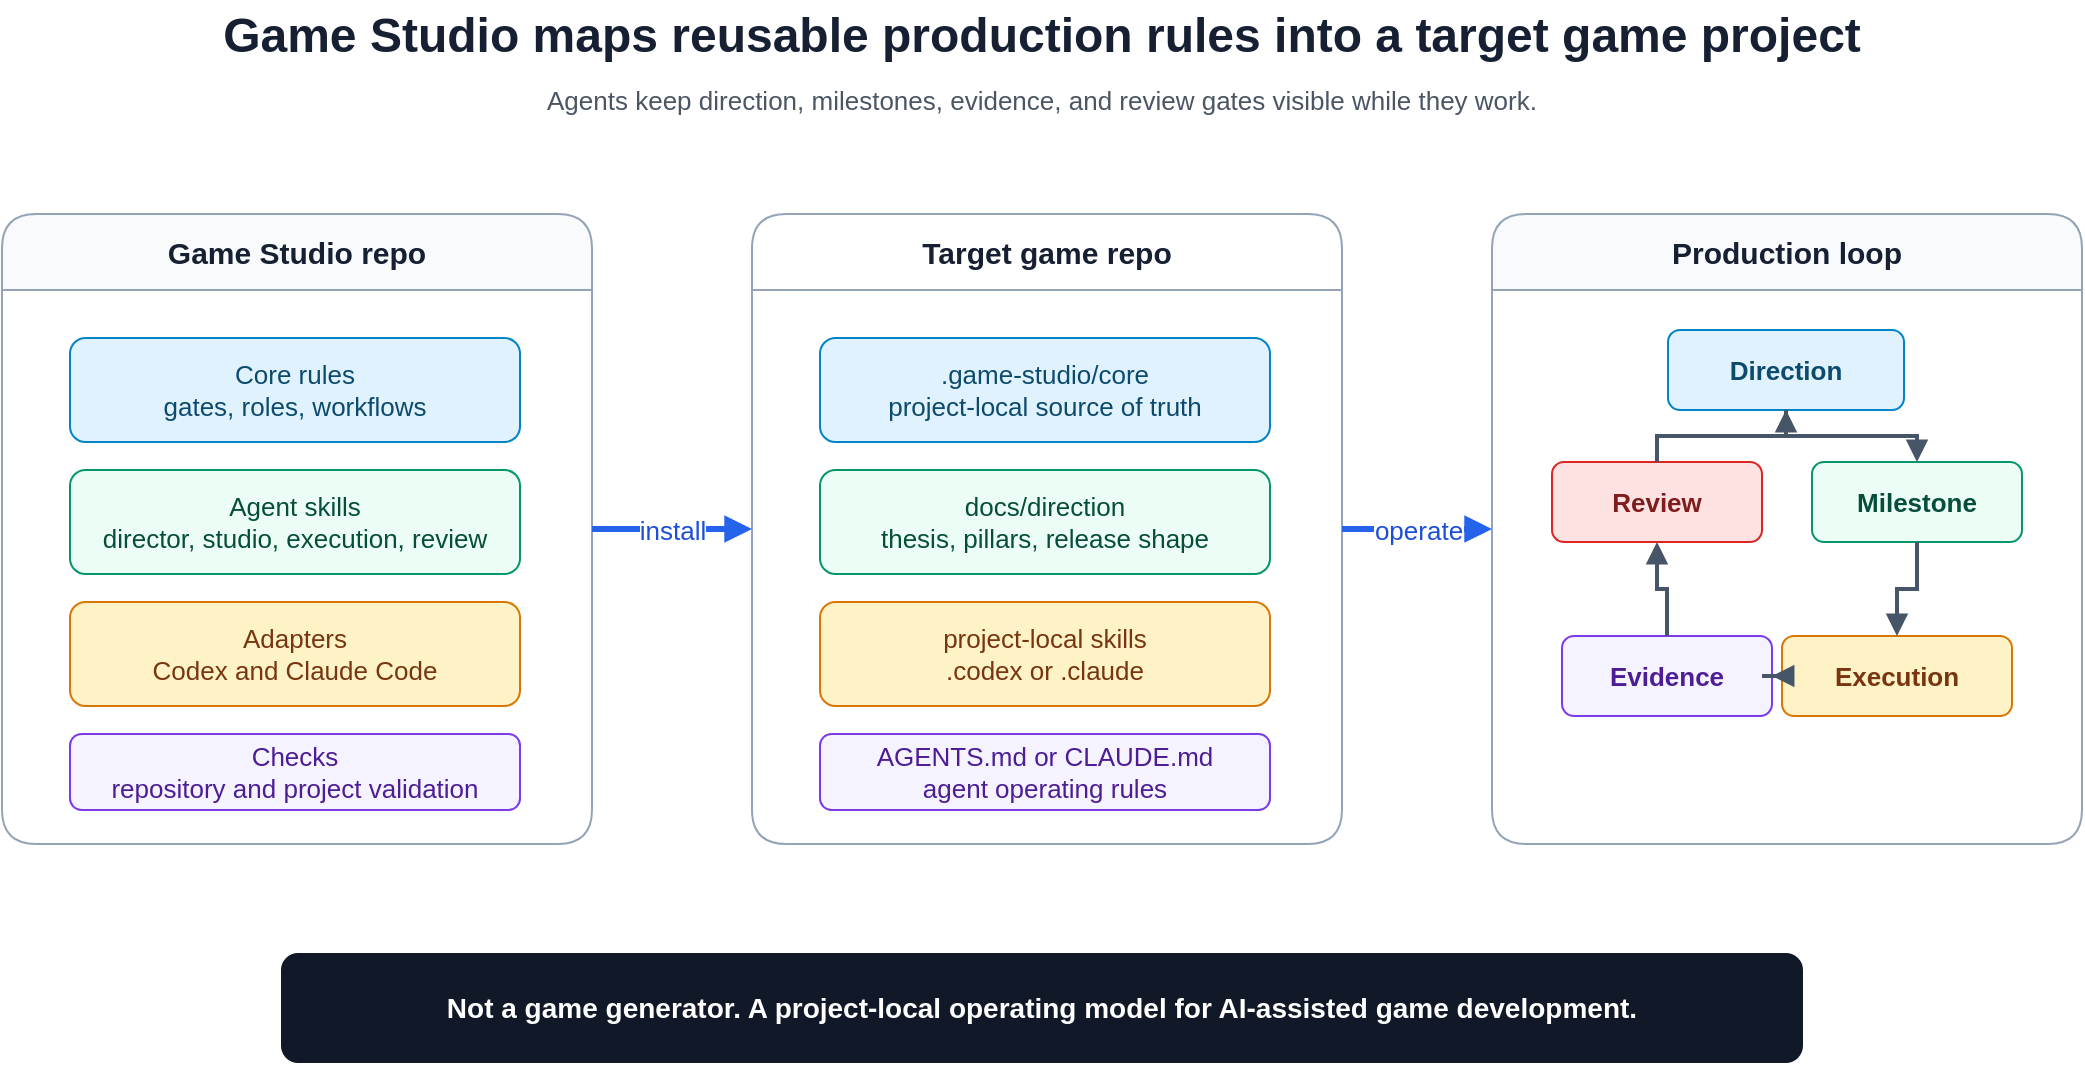
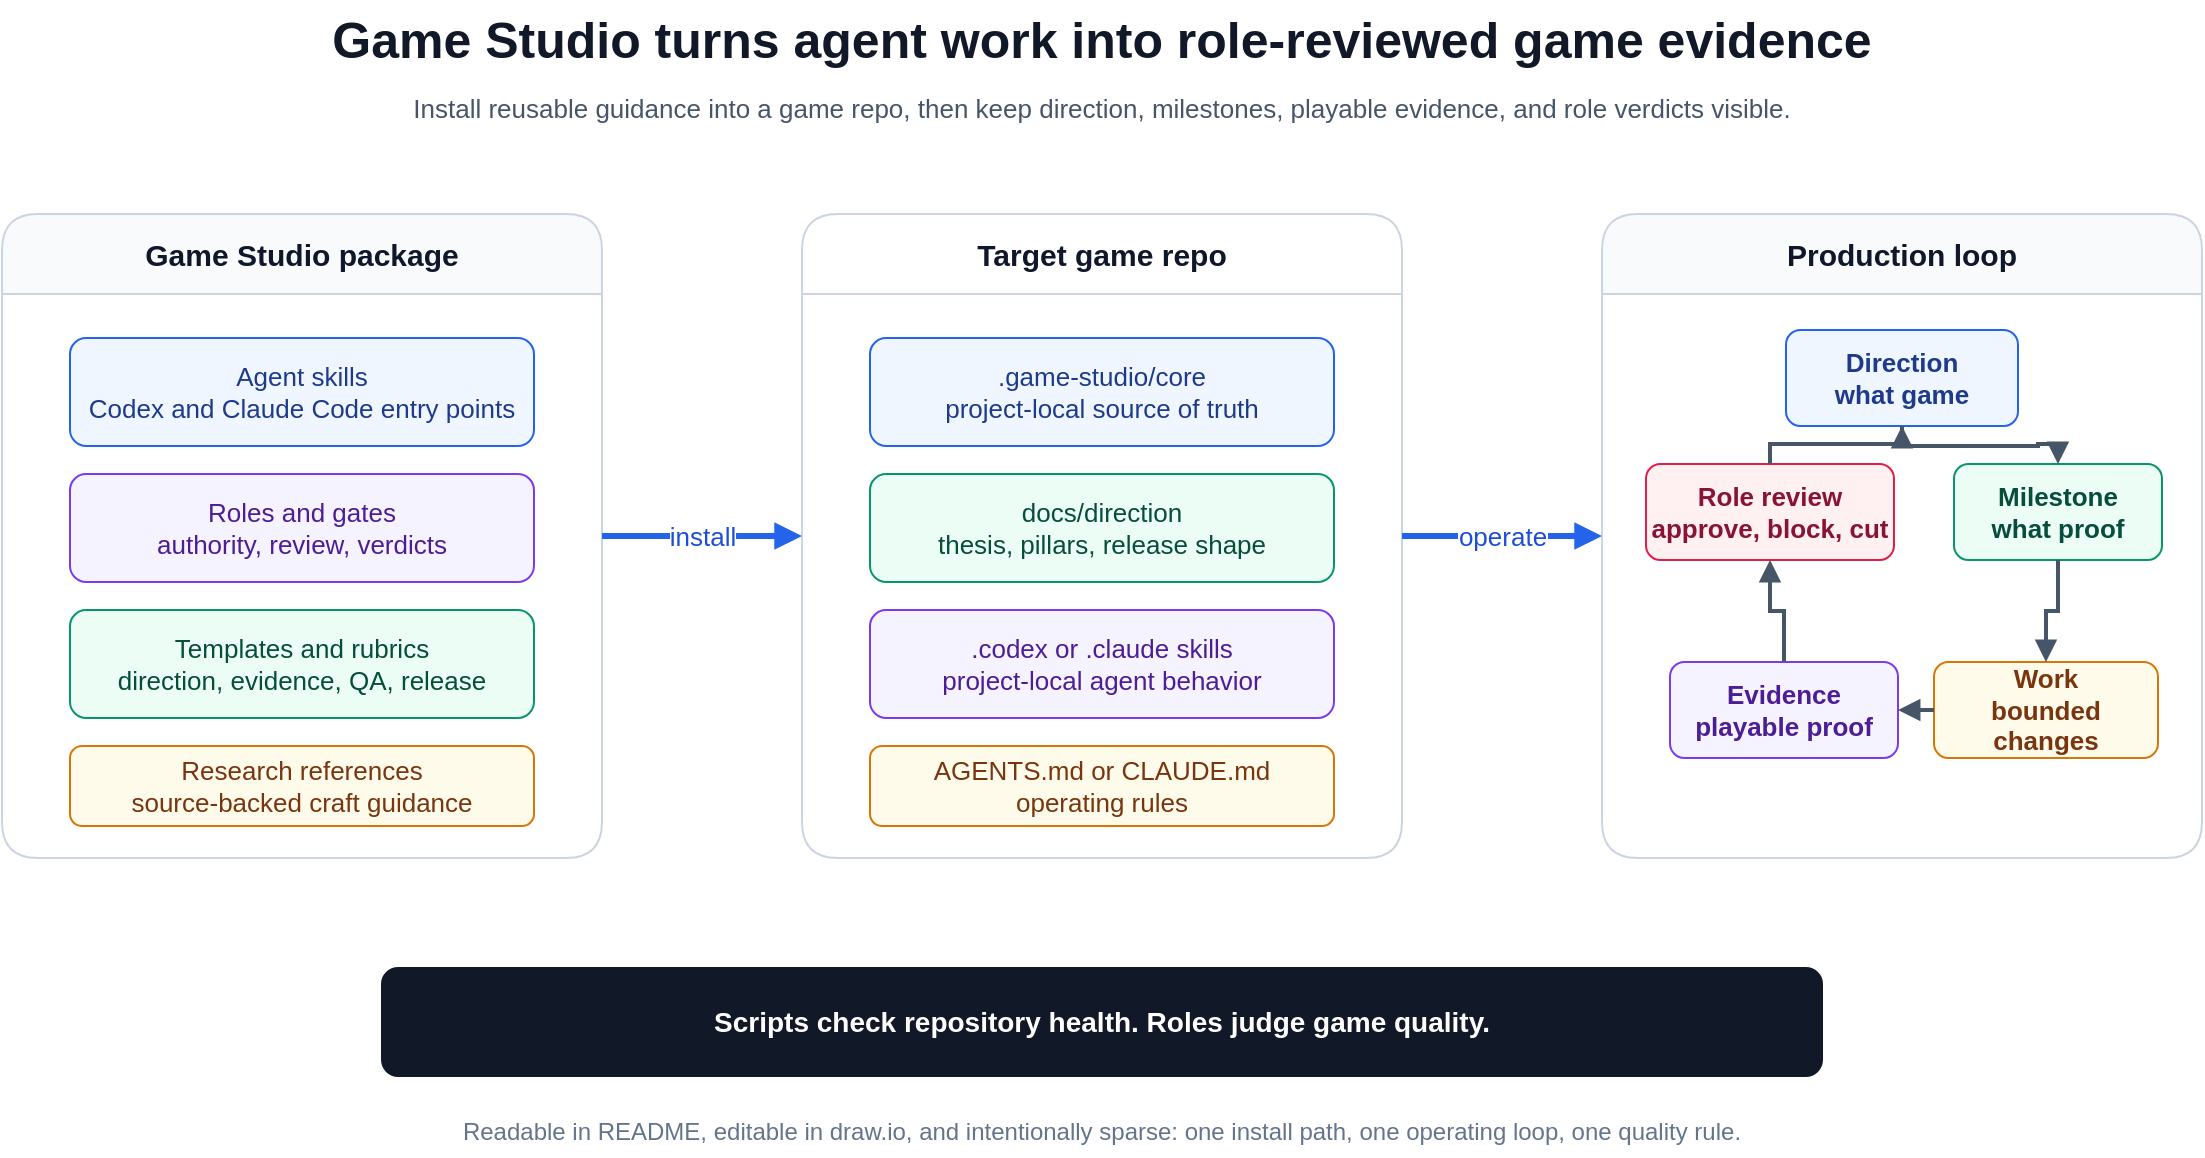
<mxfile host="app.diagrams.net" modified="2026-05-04T00:00:00.000Z" agent="Codex" version="24.7.17" type="device">
  <diagram id="game-studio-system-map" name="Game Studio system map">
-     <mxGraphModel dx="1180" dy="680" grid="1" gridSize="10" guides="1" tooltips="1" connect="1" arrows="1" fold="1" page="1" pageScale="1" pageWidth="1180" pageHeight="680" math="0" shadow="0" adaptiveColors="auto">
+     <mxGraphModel dx="1240" dy="720" grid="1" gridSize="10" guides="1" tooltips="1" connect="1" arrows="1" fold="1" page="1" pageScale="1" pageWidth="1240" pageHeight="720" math="0" shadow="0" adaptiveColors="auto">
      <root>
        <mxCell id="0" />
        <mxCell id="1" parent="0" />
-         <mxCell id="title" value="Game Studio maps reusable production rules into a target game project" style="text;html=1;strokeColor=none;fillColor=none;align=center;verticalAlign=middle;whiteSpace=wrap;rounded=0;fontSize=24;fontStyle=1;fontColor=#172033;" vertex="1" parent="1">
-           <mxGeometry x="110" y="28" width="960" height="36" as="geometry" />
+         <mxCell id="title" value="Game Studio turns agent work into role-reviewed game evidence" style="text;html=1;strokeColor=none;fillColor=none;align=center;verticalAlign=middle;whiteSpace=wrap;rounded=0;fontSize=25;fontStyle=1;fontColor=#111827;" vertex="1" parent="1">
+           <mxGeometry x="120" y="28" width="1000" height="38" as="geometry" />
        </mxCell>
-         <mxCell id="subtitle" value="Agents keep direction, milestones, evidence, and review gates visible while they work." style="text;html=1;strokeColor=none;fillColor=none;align=center;verticalAlign=middle;whiteSpace=wrap;rounded=0;fontSize=13;fontColor=#4B5563;" vertex="1" parent="1">
-           <mxGeometry x="250" y="66" width="680" height="24" as="geometry" />
+         <mxCell id="subtitle" value="Install reusable guidance into a game repo, then keep direction, milestones, playable evidence, and role verdicts visible." style="text;html=1;strokeColor=none;fillColor=none;align=center;verticalAlign=middle;whiteSpace=wrap;rounded=0;fontSize=13;fontColor=#475569;" vertex="1" parent="1">
+           <mxGeometry x="220" y="68" width="800" height="28" as="geometry" />
        </mxCell>
-         <mxCell id="zone-source" value="Game Studio repo" style="swimlane;html=1;rounded=1;startSize=38;whiteSpace=wrap;container=1;collapsible=0;recursiveResize=0;fillColor=#F8FAFC;strokeColor=#94A3B8;fontStyle=1;fontSize=15;fontColor=#172033;" vertex="1" parent="1">
-           <mxGeometry x="70" y="135" width="295" height="315" as="geometry" />
+         <mxCell id="source-zone" value="Game Studio package" style="swimlane;html=1;rounded=1;startSize=40;whiteSpace=wrap;container=1;collapsible=0;recursiveResize=0;fillColor=#F8FAFC;strokeColor=#CBD5E1;fontStyle=1;fontSize=15;fontColor=#0F172A;" vertex="1" parent="1">
+           <mxGeometry x="70" y="135" width="300" height="322" as="geometry" />
        </mxCell>
-         <mxCell id="source-core" value="Core rules&#xa;gates, roles, workflows" style="rounded=1;whiteSpace=wrap;html=1;fillColor=#E0F2FE;strokeColor=#0284C7;fontColor=#0C4A6E;fontSize=13;" vertex="1" parent="zone-source">
-           <mxGeometry x="34" y="62" width="225" height="52" as="geometry" />
+         <mxCell id="source-skills" value="Agent skills&#xa;Codex and Claude Code entry points" style="rounded=1;whiteSpace=wrap;html=1;fillColor=#EFF6FF;strokeColor=#2563EB;fontColor=#1E3A8A;fontSize=13;" vertex="1" parent="source-zone">
+           <mxGeometry x="34" y="62" width="232" height="54" as="geometry" />
        </mxCell>
-         <mxCell id="source-skills" value="Agent skills&#xa;director, studio, execution, review" style="rounded=1;whiteSpace=wrap;html=1;fillColor=#ECFDF5;strokeColor=#059669;fontColor=#064E3B;fontSize=13;" vertex="1" parent="zone-source">
-           <mxGeometry x="34" y="128" width="225" height="52" as="geometry" />
+         <mxCell id="source-roles" value="Roles and gates&#xa;authority, review, verdicts" style="rounded=1;whiteSpace=wrap;html=1;fillColor=#F5F3FF;strokeColor=#7C3AED;fontColor=#4C1D95;fontSize=13;" vertex="1" parent="source-zone">
+           <mxGeometry x="34" y="130" width="232" height="54" as="geometry" />
        </mxCell>
-         <mxCell id="source-adapters" value="Adapters&#xa;Codex and Claude Code" style="rounded=1;whiteSpace=wrap;html=1;fillColor=#FEF3C7;strokeColor=#D97706;fontColor=#78350F;fontSize=13;" vertex="1" parent="zone-source">
-           <mxGeometry x="34" y="194" width="225" height="52" as="geometry" />
+         <mxCell id="source-templates" value="Templates and rubrics&#xa;direction, evidence, QA, release" style="rounded=1;whiteSpace=wrap;html=1;fillColor=#ECFDF5;strokeColor=#059669;fontColor=#064E3B;fontSize=13;" vertex="1" parent="source-zone">
+           <mxGeometry x="34" y="198" width="232" height="54" as="geometry" />
        </mxCell>
-         <mxCell id="source-tools" value="Checks&#xa;repository and project validation" style="rounded=1;whiteSpace=wrap;html=1;fillColor=#F5F3FF;strokeColor=#7C3AED;fontColor=#4C1D95;fontSize=13;" vertex="1" parent="zone-source">
-           <mxGeometry x="34" y="260" width="225" height="38" as="geometry" />
+         <mxCell id="source-research" value="Research references&#xa;source-backed craft guidance" style="rounded=1;whiteSpace=wrap;html=1;fillColor=#FFFBEB;strokeColor=#D97706;fontColor=#78350F;fontSize=13;" vertex="1" parent="source-zone">
+           <mxGeometry x="34" y="266" width="232" height="40" as="geometry" />
        </mxCell>
-         <mxCell id="zone-project" value="Target game repo" style="swimlane;html=1;rounded=1;startSize=38;whiteSpace=wrap;container=1;collapsible=0;recursiveResize=0;fillColor=#FFFFFF;strokeColor=#94A3B8;fontStyle=1;fontSize=15;fontColor=#172033;" vertex="1" parent="1">
-           <mxGeometry x="445" y="135" width="295" height="315" as="geometry" />
+         <mxCell id="project-zone" value="Target game repo" style="swimlane;html=1;rounded=1;startSize=40;whiteSpace=wrap;container=1;collapsible=0;recursiveResize=0;fillColor=#FFFFFF;strokeColor=#CBD5E1;fontStyle=1;fontSize=15;fontColor=#0F172A;" vertex="1" parent="1">
+           <mxGeometry x="470" y="135" width="300" height="322" as="geometry" />
        </mxCell>
-         <mxCell id="project-state" value=".game-studio/core&#xa;project-local source of truth" style="rounded=1;whiteSpace=wrap;html=1;fillColor=#E0F2FE;strokeColor=#0284C7;fontColor=#0C4A6E;fontSize=13;" vertex="1" parent="zone-project">
-           <mxGeometry x="34" y="62" width="225" height="52" as="geometry" />
+         <mxCell id="project-state" value=".game-studio/core&#xa;project-local source of truth" style="rounded=1;whiteSpace=wrap;html=1;fillColor=#EFF6FF;strokeColor=#2563EB;fontColor=#1E3A8A;fontSize=13;" vertex="1" parent="project-zone">
+           <mxGeometry x="34" y="62" width="232" height="54" as="geometry" />
        </mxCell>
-         <mxCell id="project-docs" value="docs/direction&#xa;thesis, pillars, release shape" style="rounded=1;whiteSpace=wrap;html=1;fillColor=#ECFDF5;strokeColor=#059669;fontColor=#064E3B;fontSize=13;" vertex="1" parent="zone-project">
-           <mxGeometry x="34" y="128" width="225" height="52" as="geometry" />
+         <mxCell id="project-direction" value="docs/direction&#xa;thesis, pillars, release shape" style="rounded=1;whiteSpace=wrap;html=1;fillColor=#ECFDF5;strokeColor=#059669;fontColor=#064E3B;fontSize=13;" vertex="1" parent="project-zone">
+           <mxGeometry x="34" y="130" width="232" height="54" as="geometry" />
        </mxCell>
-         <mxCell id="project-agent" value="project-local skills&#xa;.codex or .claude" style="rounded=1;whiteSpace=wrap;html=1;fillColor=#FEF3C7;strokeColor=#D97706;fontColor=#78350F;fontSize=13;" vertex="1" parent="zone-project">
-           <mxGeometry x="34" y="194" width="225" height="52" as="geometry" />
+         <mxCell id="project-skills" value=".codex or .claude skills&#xa;project-local agent behavior" style="rounded=1;whiteSpace=wrap;html=1;fillColor=#F5F3FF;strokeColor=#7C3AED;fontColor=#4C1D95;fontSize=13;" vertex="1" parent="project-zone">
+           <mxGeometry x="34" y="198" width="232" height="54" as="geometry" />
        </mxCell>
-         <mxCell id="project-policy" value="AGENTS.md or CLAUDE.md&#xa;agent operating rules" style="rounded=1;whiteSpace=wrap;html=1;fillColor=#F5F3FF;strokeColor=#7C3AED;fontColor=#4C1D95;fontSize=13;" vertex="1" parent="zone-project">
-           <mxGeometry x="34" y="260" width="225" height="38" as="geometry" />
+         <mxCell id="project-policy" value="AGENTS.md or CLAUDE.md&#xa;operating rules" style="rounded=1;whiteSpace=wrap;html=1;fillColor=#FFFBEB;strokeColor=#D97706;fontColor=#78350F;fontSize=13;" vertex="1" parent="project-zone">
+           <mxGeometry x="34" y="266" width="232" height="40" as="geometry" />
        </mxCell>
-         <mxCell id="zone-loop" value="Production loop" style="swimlane;html=1;rounded=1;startSize=38;whiteSpace=wrap;container=1;collapsible=0;recursiveResize=0;fillColor=#F8FAFC;strokeColor=#94A3B8;fontStyle=1;fontSize=15;fontColor=#172033;" vertex="1" parent="1">
-           <mxGeometry x="815" y="135" width="295" height="315" as="geometry" />
+         <mxCell id="loop-zone" value="Production loop" style="swimlane;html=1;rounded=1;startSize=40;whiteSpace=wrap;container=1;collapsible=0;recursiveResize=0;fillColor=#F8FAFC;strokeColor=#CBD5E1;fontStyle=1;fontSize=15;fontColor=#0F172A;" vertex="1" parent="1">
+           <mxGeometry x="870" y="135" width="300" height="322" as="geometry" />
        </mxCell>
-         <mxCell id="loop-direction" value="Direction" style="rounded=1;whiteSpace=wrap;html=1;fillColor=#E0F2FE;strokeColor=#0284C7;fontColor=#0C4A6E;fontSize=13;fontStyle=1;" vertex="1" parent="zone-loop">
-           <mxGeometry x="88" y="58" width="118" height="40" as="geometry" />
+         <mxCell id="loop-direction" value="Direction&#xa;what game" style="rounded=1;whiteSpace=wrap;html=1;fillColor=#EFF6FF;strokeColor=#2563EB;fontColor=#1E3A8A;fontSize=13;fontStyle=1;" vertex="1" parent="loop-zone">
+           <mxGeometry x="92" y="58" width="116" height="48" as="geometry" />
        </mxCell>
-         <mxCell id="loop-milestone" value="Milestone" style="rounded=1;whiteSpace=wrap;html=1;fillColor=#ECFDF5;strokeColor=#059669;fontColor=#064E3B;fontSize=13;fontStyle=1;" vertex="1" parent="zone-loop">
-           <mxGeometry x="160" y="124" width="105" height="40" as="geometry" />
+         <mxCell id="loop-milestone" value="Milestone&#xa;what proof" style="rounded=1;whiteSpace=wrap;html=1;fillColor=#ECFDF5;strokeColor=#059669;fontColor=#064E3B;fontSize=13;fontStyle=1;" vertex="1" parent="loop-zone">
+           <mxGeometry x="176" y="125" width="104" height="48" as="geometry" />
        </mxCell>
-         <mxCell id="loop-execution" value="Execution" style="rounded=1;whiteSpace=wrap;html=1;fillColor=#FEF3C7;strokeColor=#D97706;fontColor=#78350F;fontSize=13;fontStyle=1;" vertex="1" parent="zone-loop">
-           <mxGeometry x="145" y="211" width="115" height="40" as="geometry" />
+         <mxCell id="loop-work" value="Work&#xa;bounded changes" style="rounded=1;whiteSpace=wrap;html=1;fillColor=#FFFBEB;strokeColor=#D97706;fontColor=#78350F;fontSize=13;fontStyle=1;" vertex="1" parent="loop-zone">
+           <mxGeometry x="166" y="224" width="112" height="48" as="geometry" />
        </mxCell>
-         <mxCell id="loop-evidence" value="Evidence" style="rounded=1;whiteSpace=wrap;html=1;fillColor=#F5F3FF;strokeColor=#7C3AED;fontColor=#4C1D95;fontSize=13;fontStyle=1;" vertex="1" parent="zone-loop">
-           <mxGeometry x="35" y="211" width="105" height="40" as="geometry" />
+         <mxCell id="loop-evidence" value="Evidence&#xa;playable proof" style="rounded=1;whiteSpace=wrap;html=1;fillColor=#F5F3FF;strokeColor=#7C3AED;fontColor=#4C1D95;fontSize=13;fontStyle=1;" vertex="1" parent="loop-zone">
+           <mxGeometry x="34" y="224" width="114" height="48" as="geometry" />
        </mxCell>
-         <mxCell id="loop-review" value="Review" style="rounded=1;whiteSpace=wrap;html=1;fillColor=#FEE2E2;strokeColor=#DC2626;fontColor=#7F1D1D;fontSize=13;fontStyle=1;" vertex="1" parent="zone-loop">
-           <mxGeometry x="30" y="124" width="105" height="40" as="geometry" />
+         <mxCell id="loop-review" value="Role review&#xa;approve, block, cut" style="rounded=1;whiteSpace=wrap;html=1;fillColor=#FFF1F2;strokeColor=#E11D48;fontColor=#881337;fontSize=13;fontStyle=1;" vertex="1" parent="loop-zone">
+           <mxGeometry x="22" y="125" width="124" height="48" as="geometry" />
        </mxCell>
-         <mxCell id="install-arrow" value="install" style="edgeStyle=orthogonalEdgeStyle;rounded=0;orthogonalLoop=1;jettySize=auto;html=1;strokeColor=#2563EB;strokeWidth=3;fontColor=#1D4ED8;fontSize=13;endArrow=block;endFill=1;" edge="1" parent="1" source="zone-source" target="zone-project">
+         <mxCell id="install-arrow" value="install" style="edgeStyle=orthogonalEdgeStyle;rounded=0;orthogonalLoop=1;jettySize=auto;html=1;strokeColor=#2563EB;strokeWidth=3;fontColor=#1D4ED8;fontSize=13;endArrow=block;endFill=1;" edge="1" parent="1" source="source-zone" target="project-zone">
          <mxGeometry relative="1" as="geometry" />
        </mxCell>
-         <mxCell id="operate-arrow" value="operate" style="edgeStyle=orthogonalEdgeStyle;rounded=0;orthogonalLoop=1;jettySize=auto;html=1;strokeColor=#2563EB;strokeWidth=3;fontColor=#1D4ED8;fontSize=13;endArrow=block;endFill=1;" edge="1" parent="1" source="zone-project" target="zone-loop">
+         <mxCell id="operate-arrow" value="operate" style="edgeStyle=orthogonalEdgeStyle;rounded=0;orthogonalLoop=1;jettySize=auto;html=1;strokeColor=#2563EB;strokeWidth=3;fontColor=#1D4ED8;fontSize=13;endArrow=block;endFill=1;" edge="1" parent="1" source="project-zone" target="loop-zone">
          <mxGeometry relative="1" as="geometry" />
        </mxCell>
-         <mxCell id="edge-direction-milestone" value="" style="edgeStyle=orthogonalEdgeStyle;rounded=0;html=1;strokeColor=#475569;strokeWidth=2;endArrow=block;endFill=1;" edge="1" parent="zone-loop" source="loop-direction" target="loop-milestone">
+         <mxCell id="edge-direction-milestone" value="" style="edgeStyle=orthogonalEdgeStyle;rounded=0;html=1;strokeColor=#475569;strokeWidth=2;endArrow=block;endFill=1;" edge="1" parent="loop-zone" source="loop-direction" target="loop-milestone">
          <mxGeometry relative="1" as="geometry" />
        </mxCell>
-         <mxCell id="edge-milestone-execution" value="" style="edgeStyle=orthogonalEdgeStyle;rounded=0;html=1;strokeColor=#475569;strokeWidth=2;endArrow=block;endFill=1;" edge="1" parent="zone-loop" source="loop-milestone" target="loop-execution">
+         <mxCell id="edge-milestone-work" value="" style="edgeStyle=orthogonalEdgeStyle;rounded=0;html=1;strokeColor=#475569;strokeWidth=2;endArrow=block;endFill=1;" edge="1" parent="loop-zone" source="loop-milestone" target="loop-work">
          <mxGeometry relative="1" as="geometry" />
        </mxCell>
-         <mxCell id="edge-execution-evidence" value="" style="edgeStyle=orthogonalEdgeStyle;rounded=0;html=1;strokeColor=#475569;strokeWidth=2;endArrow=block;endFill=1;" edge="1" parent="zone-loop" source="loop-execution" target="loop-evidence">
+         <mxCell id="edge-work-evidence" value="" style="edgeStyle=orthogonalEdgeStyle;rounded=0;html=1;strokeColor=#475569;strokeWidth=2;endArrow=block;endFill=1;" edge="1" parent="loop-zone" source="loop-work" target="loop-evidence">
          <mxGeometry relative="1" as="geometry" />
        </mxCell>
-         <mxCell id="edge-evidence-review" value="" style="edgeStyle=orthogonalEdgeStyle;rounded=0;html=1;strokeColor=#475569;strokeWidth=2;endArrow=block;endFill=1;" edge="1" parent="zone-loop" source="loop-evidence" target="loop-review">
+         <mxCell id="edge-evidence-review" value="" style="edgeStyle=orthogonalEdgeStyle;rounded=0;html=1;strokeColor=#475569;strokeWidth=2;endArrow=block;endFill=1;" edge="1" parent="loop-zone" source="loop-evidence" target="loop-review">
          <mxGeometry relative="1" as="geometry" />
        </mxCell>
-         <mxCell id="edge-review-direction" value="" style="edgeStyle=orthogonalEdgeStyle;rounded=0;html=1;strokeColor=#475569;strokeWidth=2;endArrow=block;endFill=1;" edge="1" parent="zone-loop" source="loop-review" target="loop-direction">
+         <mxCell id="edge-review-direction" value="" style="edgeStyle=orthogonalEdgeStyle;rounded=0;html=1;strokeColor=#475569;strokeWidth=2;endArrow=block;endFill=1;" edge="1" parent="loop-zone" source="loop-review" target="loop-direction">
          <mxGeometry relative="1" as="geometry" />
        </mxCell>
-         <mxCell id="bottom-strip" value="Not a game generator. A project-local operating model for AI-assisted game development." style="rounded=1;whiteSpace=wrap;html=1;fillColor=#111827;strokeColor=#111827;fontColor=#FFFFFF;fontSize=14;fontStyle=1;align=center;verticalAlign=middle;" vertex="1" parent="1">
-           <mxGeometry x="210" y="505" width="760" height="54" as="geometry" />
+         <mxCell id="bottom-strip" value="Scripts check repository health. Roles judge game quality." style="rounded=1;whiteSpace=wrap;html=1;fillColor=#111827;strokeColor=#111827;fontColor=#FFFFFF;fontSize=14;fontStyle=1;align=center;verticalAlign=middle;" vertex="1" parent="1">
+           <mxGeometry x="260" y="512" width="720" height="54" as="geometry" />
+         </mxCell>
+         <mxCell id="caption" value="Readable in README, editable in draw.io, and intentionally sparse: one install path, one operating loop, one quality rule." style="text;html=1;strokeColor=none;fillColor=none;align=center;verticalAlign=middle;whiteSpace=wrap;rounded=0;fontSize=12;fontColor=#64748B;" vertex="1" parent="1">
+           <mxGeometry x="255" y="582" width="730" height="24" as="geometry" />
        </mxCell>
      </root>
    </mxGraphModel>
  </diagram>
</mxfile>
